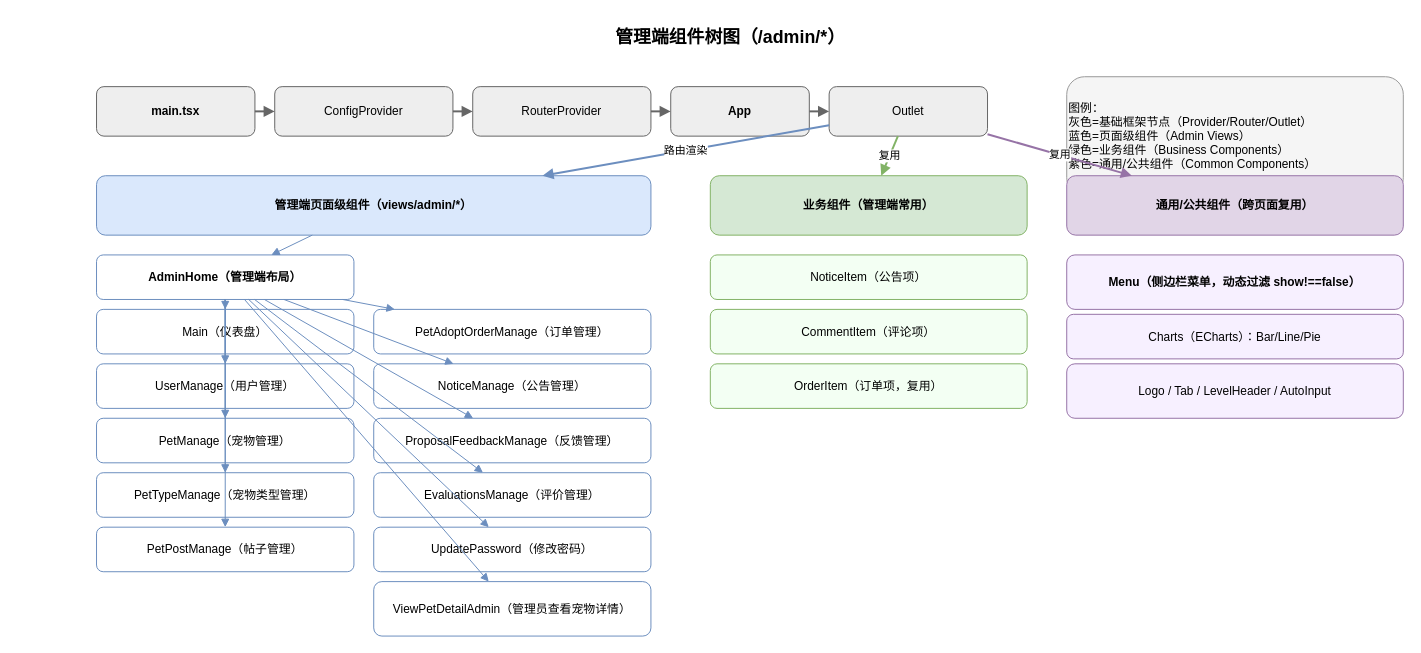
Earlier version of the draw.io diagram page "Admin Component Tree" (1 of 2) of component-tree-admin.drawio (wuan0232/test). Source tidied: cells renumbered, new cells numbered last; positions are measured from the earlier drawing's top-left corner, leaving out a move shared by most shapes. Both pictures are drawn from the tidied source at 99%, with x=0, y=0 at pixel (96, 17).
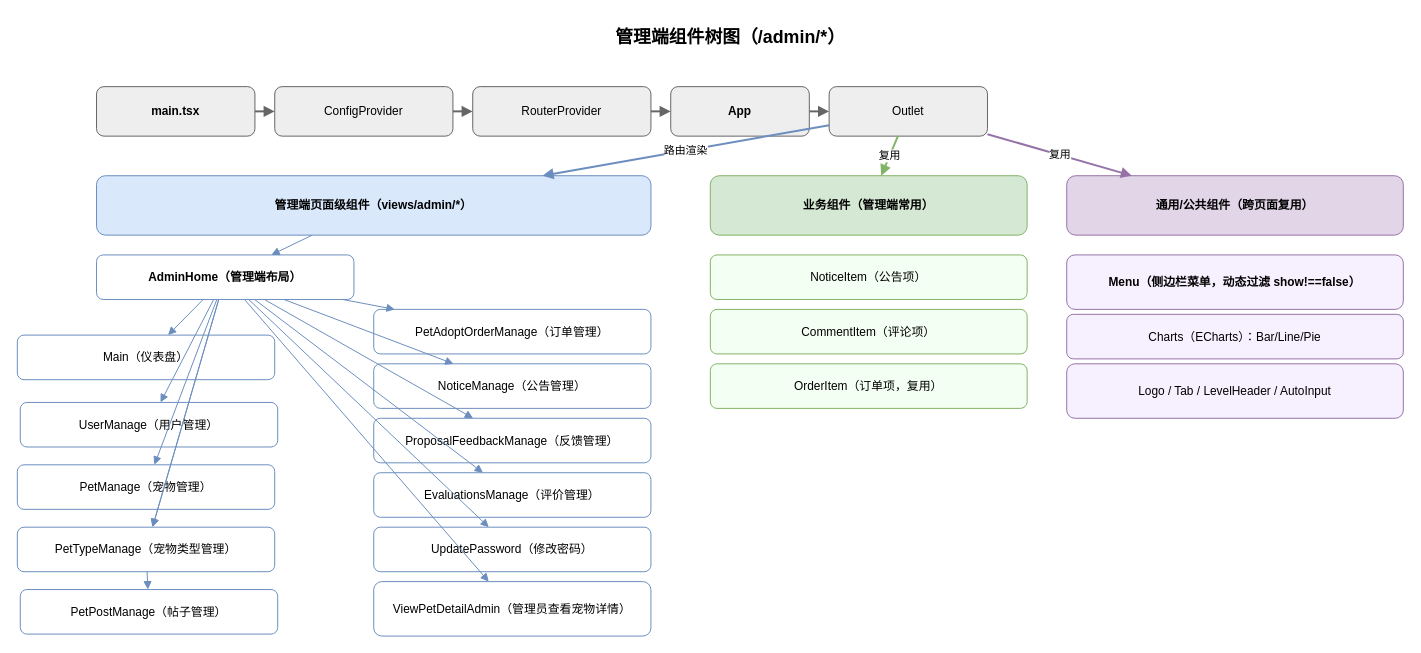
The same diagram, later.

The change refers to these unchanged cells:
```xml
<mxCell id="10" value="AdminHome（管理端布局）" style="rounded=1;whiteSpace=wrap;html=1;fillColor=#FFFFFF;strokeColor=#6C8EBF;fontStyle=1;" parent="1" vertex="1">
  <mxGeometry y="240" width="260" height="45" as="geometry" />
</mxCell>
```

The edit, as a diff of the source:
```diff
@@
-    <mxCell id="3" value="图例：&#10;灰色=基础框架节点（Provider/Router/Outlet）&#10;蓝色=页面级组件（Admin Views）&#10;绿色=业务组件（Business Components）&#10;紫色=通用/公共组件（Common Components）" style="rounded=1;whiteSpace=wrap;html=1;fillColor=#F5F5F5;strokeColor=#999999;fontSize=12;align=left;" parent="1" vertex="1">
-      <mxGeometry x="980" y="60" width="340" height="120" as="geometry" />
-    </mxCell>
@@
     <mxCell id="11" value="Main（仪表盘）" style="rounded=1;whiteSpace=wrap;html=1;fillColor=#FFFFFF;strokeColor=#6C8EBF;" parent="1" vertex="1">
-      <mxGeometry y="295" width="260" height="45" as="geometry" />
+      <mxGeometry x="-80" y="321" width="260" height="45" as="geometry" />
     </mxCell>
     <mxCell id="12" value="UserManage（用户管理）" style="rounded=1;whiteSpace=wrap;html=1;fillColor=#FFFFFF;strokeColor=#6C8EBF;" parent="1" vertex="1">
-      <mxGeometry y="350" width="260" height="45" as="geometry" />
+      <mxGeometry x="-77" y="389" width="260" height="45" as="geometry" />
     </mxCell>
     <mxCell id="13" value="PetManage（宠物管理）" style="rounded=1;whiteSpace=wrap;html=1;fillColor=#FFFFFF;strokeColor=#6C8EBF;" parent="1" vertex="1">
-      <mxGeometry y="405" width="260" height="45" as="geometry" />
+      <mxGeometry x="-80" y="452" width="260" height="45" as="geometry" />
     </mxCell>
-    <mxCell id="14" value="PetTypeManage（宠物类型管理）" style="rounded=1;whiteSpace=wrap;html=1;fillColor=#FFFFFF;strokeColor=#6C8EBF;" parent="1" vertex="1">
-      <mxGeometry y="460" width="260" height="45" as="geometry" />
-    </mxCell>
     <mxCell id="15" value="PetPostManage（帖子管理）" style="rounded=1;whiteSpace=wrap;html=1;fillColor=#FFFFFF;strokeColor=#6C8EBF;" parent="1" vertex="1">
-      <mxGeometry y="515" width="260" height="45" as="geometry" />
+      <mxGeometry x="-77" y="578" width="260" height="45" as="geometry" />
     </mxCell>
@@
-    <mxCell id="42" style="endArrow=block;html=1;strokeColor=#6C8EBF;" parent="1" edge="1" source="10" target="15">
+    <mxCell id="42" style="endArrow=block;html=1;strokeColor=#6C8EBF;" parent="1" edge="1" source="14" target="15">
       <mxGeometry relative="1" as="geometry" />
     </mxCell>
@@
+    <mxCell id="49" style="endArrow=block;html=1;strokeColor=#6C8EBF;" parent="1" edge="1" source="10" target="14">
+      <mxGeometry relative="1" as="geometry" />
+    </mxCell>
+    <mxCell id="14" value="PetTypeManage（宠物类型管理）" style="rounded=1;whiteSpace=wrap;html=1;fillColor=#FFFFFF;strokeColor=#6C8EBF;" parent="1" vertex="1">
+      <mxGeometry x="-80" y="515" width="260" height="45" as="geometry" />
+    </mxCell>
```
